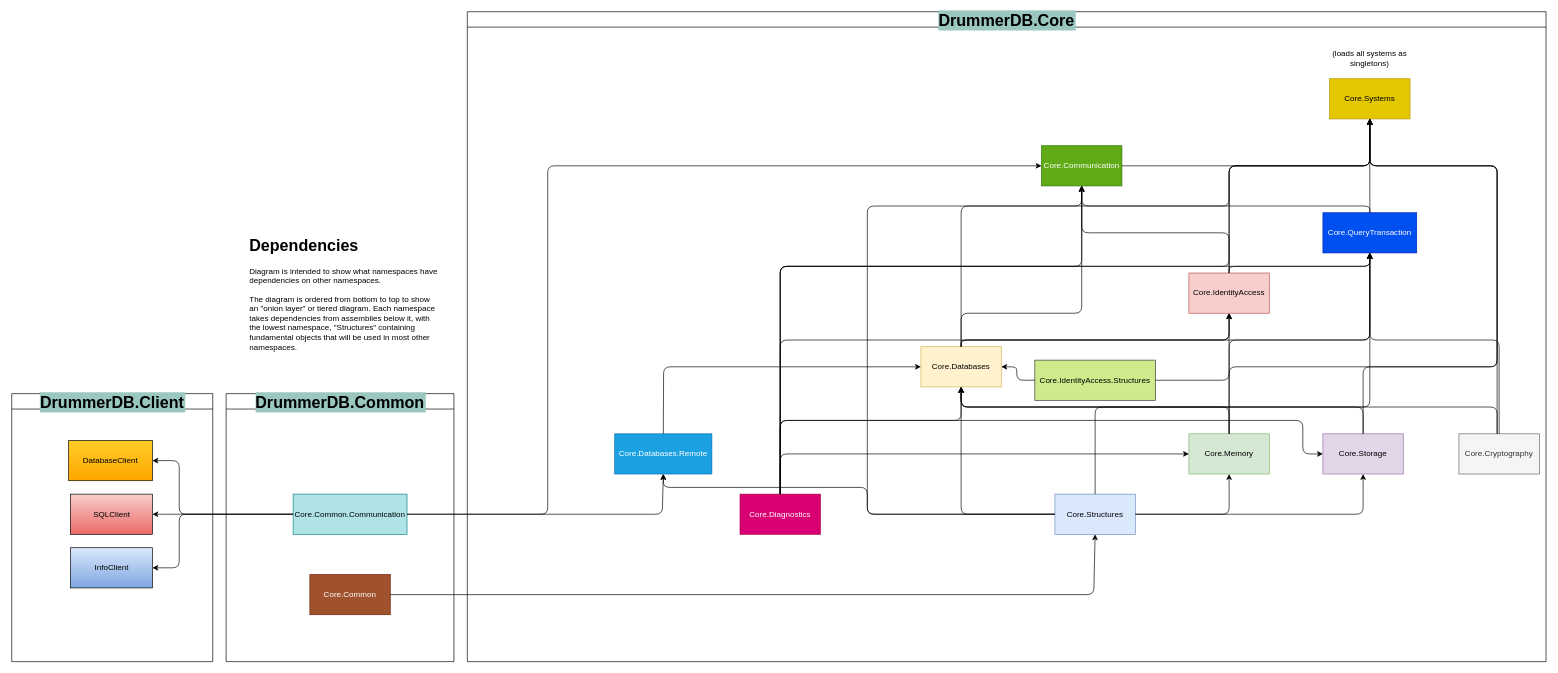
Earlier version of the draw.io diagram page "Dependencies" (2 of 3) of doc/versions/100/guide/Diagrams/Db_System.drawio (dynamoRando/DrummerDB). Source tidied: cells renumbered, new cells numbered last; positions are measured from the earlier drawing's top-left corner, leaving out a move shared by most shapes. Both pictures are drawn from the tidied source at 67%, with x=0, y=0 at pixel (11, 11).
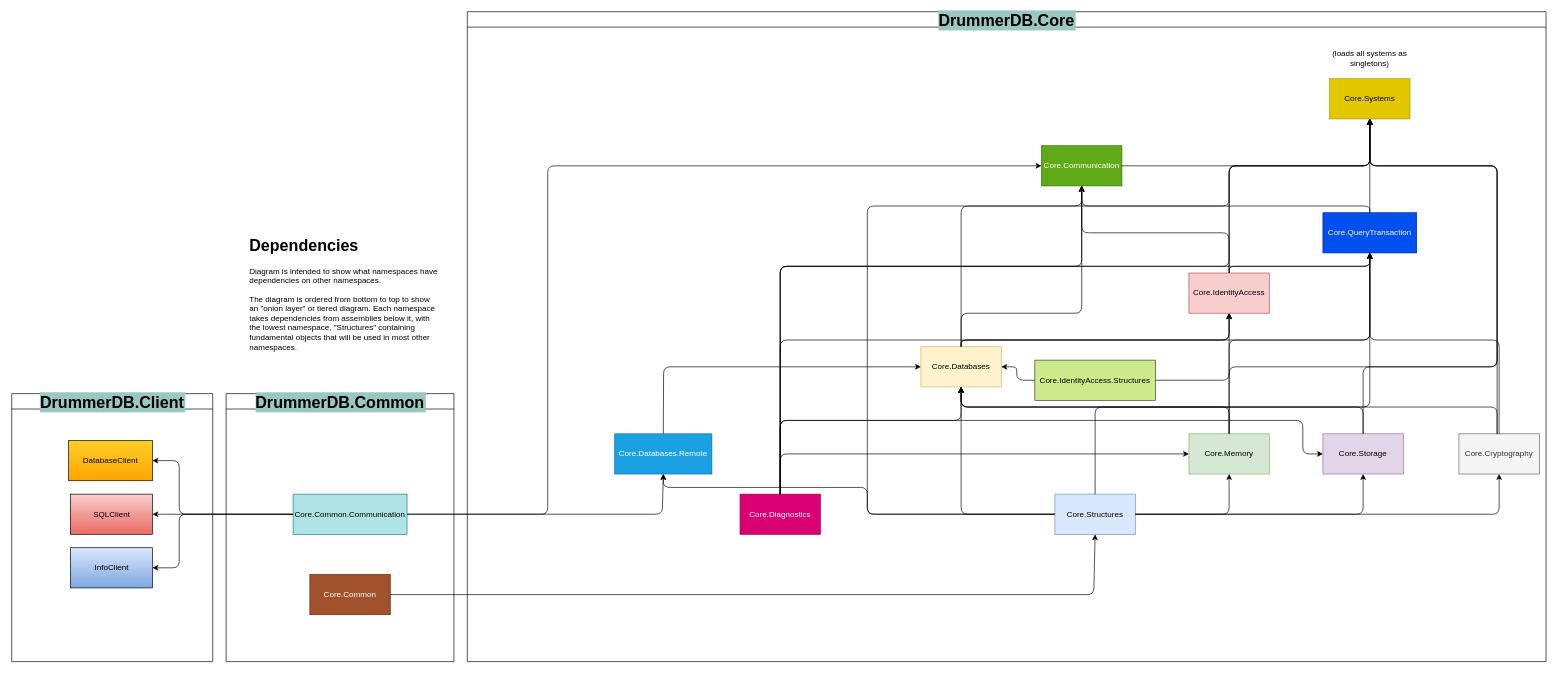
The same diagram, later.

The change refers to these unchanged cells:
```xml
<mxCell id="2" value="DrummerDB.Core" style="swimlane;labelBackgroundColor=#9AC7BF;fontSize=24;" parent="1" vertex="1">
  <mxGeometry x="680" width="1610" height="970" as="geometry" />
</mxCell>
<mxCell id="3" value="Core.Structures" style="rounded=0;whiteSpace=wrap;html=1;fillColor=#dae8fc;strokeColor=#6c8ebf;" parent="2" vertex="1">
  <mxGeometry x="877" y="720" width="120" height="60" as="geometry" />
</mxCell>
<mxCell id="12" value="Core.Cryptography" style="rounded=0;whiteSpace=wrap;html=1;fillColor=#f5f5f5;strokeColor=#666666;fontColor=#333333;" parent="2" vertex="1">
  <mxGeometry x="1480" y="630" width="120" height="60" as="geometry" />
</mxCell>
```

Change to the diagram source:
```diff
@@
+    <mxCell id="65" style="endArrow=classic;html=1;rounded=1;exitX=1;exitY=0.5;exitDx=0;exitDy=0;entryX=0.5;entryY=1;entryDx=0;entryDy=0;" parent="2" edge="1" source="3" target="12">
+      <mxGeometry relative="1" as="geometry">
+        <Array as="points">
+          <mxPoint x="1540" y="750" />
+        </Array>
+      </mxGeometry>
+    </mxCell>
```
